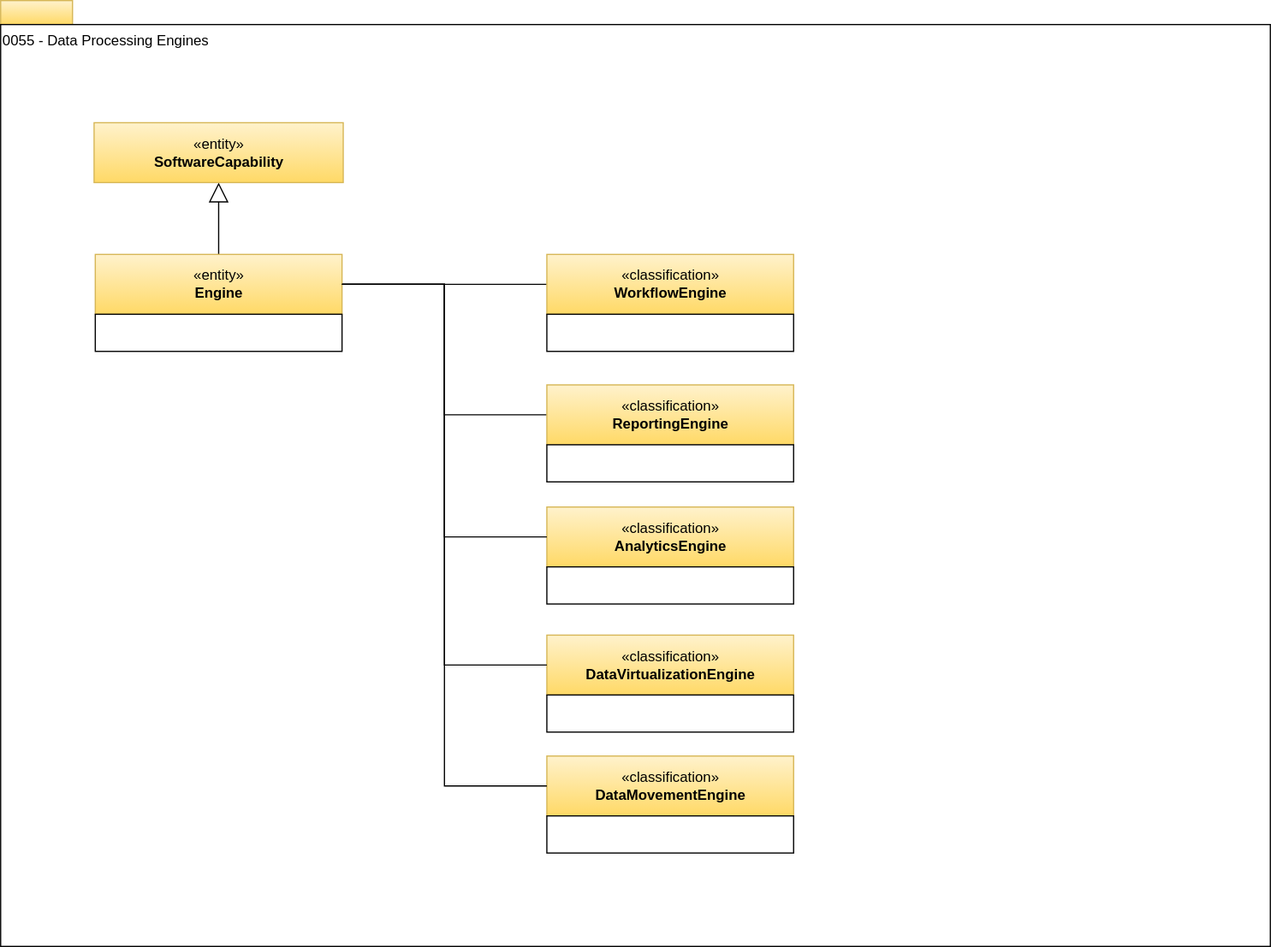
The draw.io diagram site/docs/types/0/0055-Data-Processing-Engines.svg in odpi/egeria-docs, before a commit. Source tidied: cells renumbered, new cells last; positions are measured from the earlier drawing's top-left corner, leaving out a move shared by most shapes.
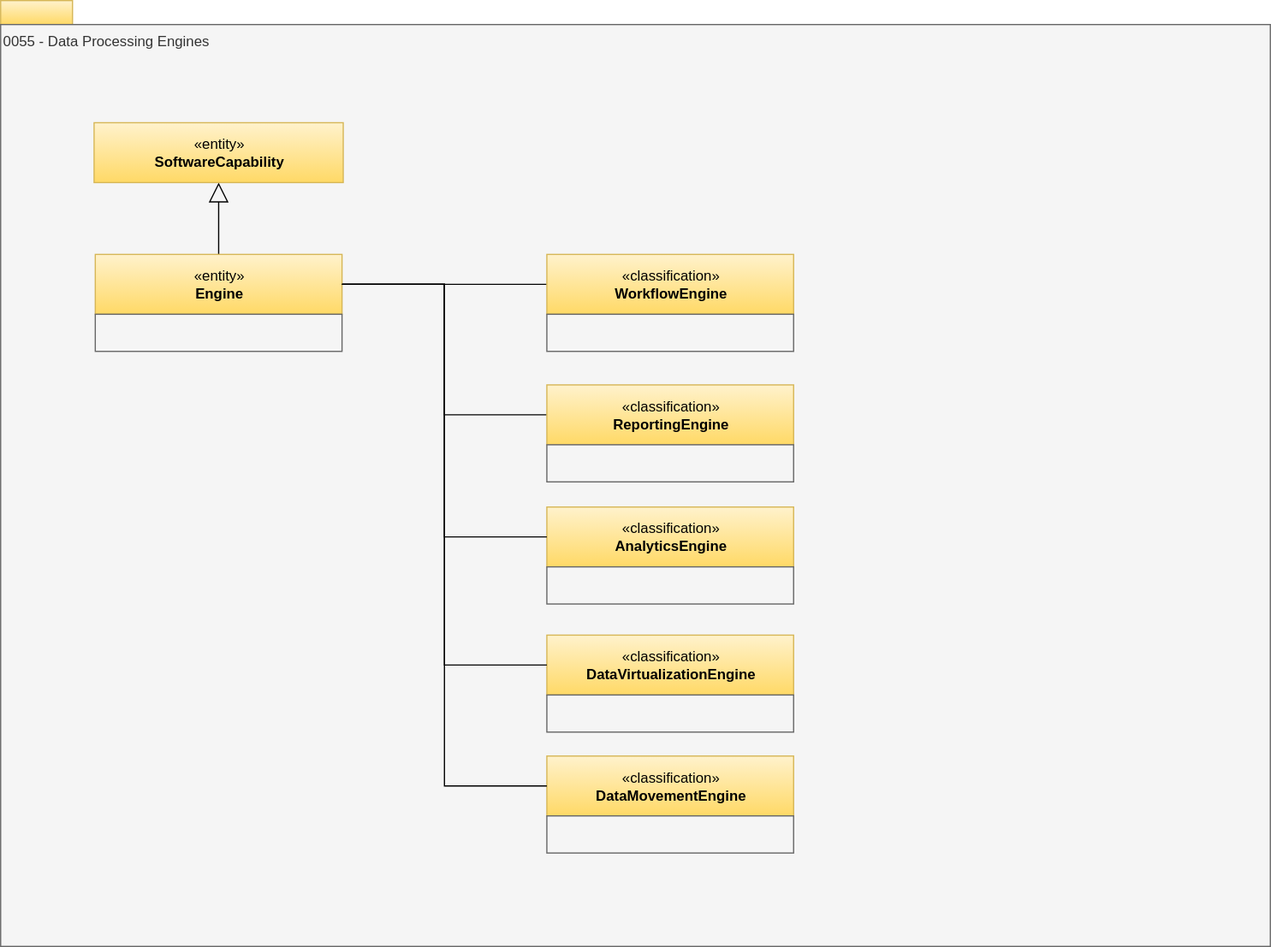
The same file after the commit.

Diff of the diagram source:
```diff
@@ -5,7 +5,7 @@
     <mxCell id="2" style="rounded=0;whiteSpace=wrap;html=1;align=left;fillColor=#fff2cc;strokeColor=#d6b656;gradientColor=#ffd966;" parent="1" vertex="1">
       <mxGeometry width="60" height="20" as="geometry" />
     </mxCell>
-    <mxCell id="3" value="0055 - Data Processing Engines" style="rounded=0;whiteSpace=wrap;html=1;align=left;verticalAlign=top;" parent="1" vertex="1">
+    <mxCell id="3" value="0055 - Data Processing Engines" style="rounded=0;whiteSpace=wrap;html=1;align=left;verticalAlign=top;fillColor=#f5f5f5;fontColor=#333333;strokeColor=#666666;" parent="1" vertex="1">
       <mxGeometry y="20" width="1060" height="770" as="geometry" />
     </mxCell>
     <mxCell id="4" style="edgeStyle=orthogonalEdgeStyle;rounded=0;jettySize=auto;html=1;exitX=0.5;exitY=0;exitDx=0;exitDy=0;endArrow=block;endFill=0;endSize=14;" parent="1" edge="1" source="6" target="8">
@@ -17,7 +17,7 @@
     <mxCell id="6" value="«entity»&lt;br&gt;&lt;b&gt;Engine&lt;/b&gt;" style="html=1;strokeColor=#d6b656;align=center;fillColor=#fff2cc;gradientColor=#ffd966;" parent="1" vertex="1">
       <mxGeometry x="79" y="212" width="206" height="50" as="geometry" />
     </mxCell>
-    <mxCell id="7" style="rounded=0;whiteSpace=wrap;html=1;strokeColor=#000000;gradientColor=#ffffff;align=center;" parent="1" vertex="1">
+    <mxCell id="7" style="rounded=0;whiteSpace=wrap;html=1;strokeColor=#666666;align=center;fillColor=#f5f5f5;fontColor=#333333;" parent="1" vertex="1">
       <mxGeometry x="79" y="262" width="206" height="31" as="geometry" />
     </mxCell>
     <mxCell id="8" value="«entity»&lt;br&gt;&lt;b&gt;SoftwareCapability&lt;/b&gt;" style="html=1;strokeColor=#d6b656;align=center;fillColor=#fff2cc;gradientColor=#ffd966;" parent="1" vertex="1">
@@ -29,31 +29,31 @@
     <mxCell id="10" value="«classification»&lt;br&gt;&lt;b&gt;WorkflowEngine&lt;/b&gt;" style="html=1;strokeColor=#d6b656;align=center;fillColor=#fff2cc;gradientColor=#ffd966;" parent="1" vertex="1">
       <mxGeometry x="456" y="212" width="206" height="50" as="geometry" />
     </mxCell>
-    <mxCell id="11" style="rounded=0;whiteSpace=wrap;html=1;strokeColor=#000000;gradientColor=#ffffff;align=center;" parent="1" vertex="1">
+    <mxCell id="11" style="rounded=0;whiteSpace=wrap;html=1;strokeColor=#666666;align=center;fillColor=#f5f5f5;fontColor=#333333;" parent="1" vertex="1">
       <mxGeometry x="456" y="262" width="206" height="31" as="geometry" />
     </mxCell>
     <mxCell id="12" value="«classification»&lt;br&gt;&lt;b&gt;ReportingEngine&lt;/b&gt;" style="html=1;strokeColor=#d6b656;align=center;fillColor=#fff2cc;gradientColor=#ffd966;" parent="1" vertex="1">
       <mxGeometry x="456" y="321" width="206" height="50" as="geometry" />
     </mxCell>
-    <mxCell id="13" style="rounded=0;whiteSpace=wrap;html=1;strokeColor=#000000;gradientColor=#ffffff;align=center;" parent="1" vertex="1">
+    <mxCell id="13" style="rounded=0;whiteSpace=wrap;html=1;strokeColor=#666666;align=center;fillColor=#f5f5f5;fontColor=#333333;" parent="1" vertex="1">
       <mxGeometry x="456" y="371" width="206" height="31" as="geometry" />
     </mxCell>
     <mxCell id="14" value="«classification»&lt;br&gt;&lt;b&gt;AnalyticsEngine&lt;/b&gt;" style="html=1;strokeColor=#d6b656;align=center;fillColor=#fff2cc;gradientColor=#ffd966;" parent="1" vertex="1">
       <mxGeometry x="456" y="423" width="206" height="50" as="geometry" />
     </mxCell>
-    <mxCell id="15" style="rounded=0;whiteSpace=wrap;html=1;strokeColor=#000000;gradientColor=#ffffff;align=center;" parent="1" vertex="1">
+    <mxCell id="15" style="rounded=0;whiteSpace=wrap;html=1;strokeColor=#666666;align=center;fillColor=#f5f5f5;fontColor=#333333;" parent="1" vertex="1">
       <mxGeometry x="456" y="473" width="206" height="31" as="geometry" />
     </mxCell>
     <mxCell id="16" value="«classification»&lt;br&gt;&lt;b&gt;DataVirtualizationEngine&lt;/b&gt;" style="html=1;strokeColor=#d6b656;align=center;fillColor=#fff2cc;gradientColor=#ffd966;" parent="1" vertex="1">
       <mxGeometry x="456" y="530" width="206" height="50" as="geometry" />
     </mxCell>
-    <mxCell id="17" style="rounded=0;whiteSpace=wrap;html=1;strokeColor=#000000;gradientColor=#ffffff;align=center;" parent="1" vertex="1">
+    <mxCell id="17" style="rounded=0;whiteSpace=wrap;html=1;strokeColor=#666666;align=center;fillColor=#f5f5f5;fontColor=#333333;" parent="1" vertex="1">
       <mxGeometry x="456" y="580" width="206" height="31" as="geometry" />
     </mxCell>
     <mxCell id="18" value="«classification»&lt;br&gt;&lt;b&gt;DataMovementEngine&lt;/b&gt;" style="html=1;strokeColor=#d6b656;align=center;fillColor=#fff2cc;gradientColor=#ffd966;" parent="1" vertex="1">
       <mxGeometry x="456" y="631" width="206" height="50" as="geometry" />
     </mxCell>
-    <mxCell id="19" style="rounded=0;whiteSpace=wrap;html=1;strokeColor=#000000;gradientColor=#ffffff;align=center;" parent="1" vertex="1">
+    <mxCell id="19" style="rounded=0;whiteSpace=wrap;html=1;strokeColor=#666666;align=center;fillColor=#f5f5f5;fontColor=#333333;" parent="1" vertex="1">
       <mxGeometry x="456" y="681" width="206" height="31" as="geometry" />
     </mxCell>
     <mxCell id="20" style="edgeStyle=orthogonalEdgeStyle;rounded=0;jettySize=auto;html=1;exitX=1;exitY=0.5;exitDx=0;exitDy=0;entryX=0;entryY=0.5;entryDx=0;entryDy=0;endArrow=none;endFill=0;" parent="1" edge="1" source="6" target="14">
```
